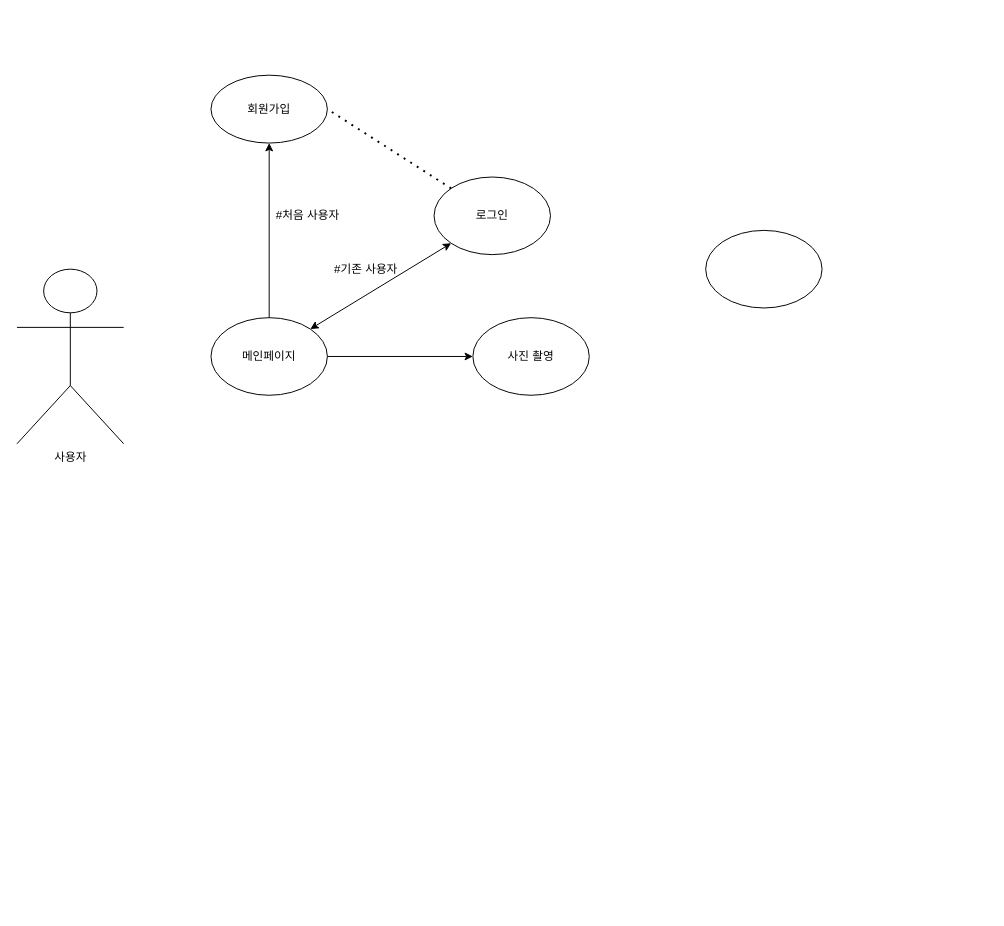
The draw.io diagram 유스케이스.drawio in zzzezzz/JOOSULSA, before the edit. Source tidied: cells renumbered, new cells numbered last; positions are measured from the earlier drawing's top-left corner, leaving out a move shared by most shapes. Both pictures are drawn from the tidied source at 97%, with x=0, y=0 at pixel (16, 75).
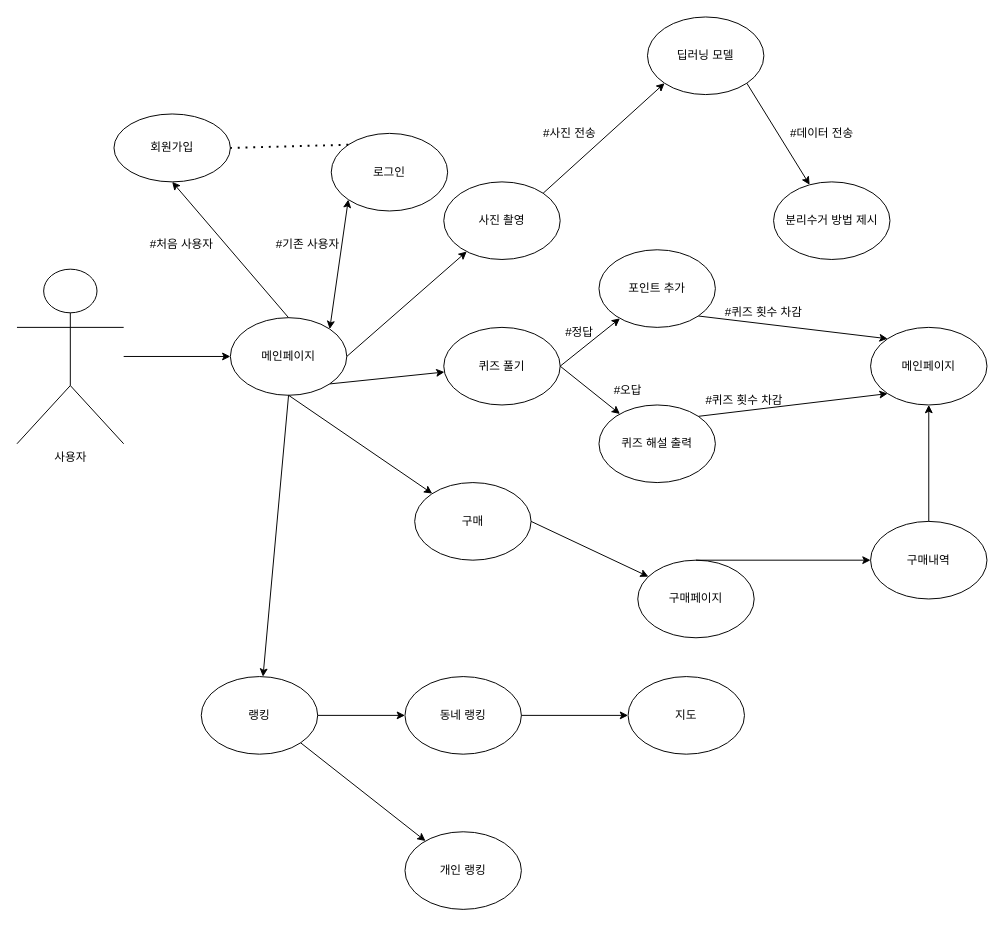
The same diagram, later.

Commit message (it also covers changes not shown here):
Update 유스케이스.drawio

The change refers to these unchanged cells:
```xml
<mxCell id="2" value="사용자" style="shape=umlActor;verticalLabelPosition=bottom;verticalAlign=top;html=1;outlineConnect=0;" parent="1" vertex="1">
  <mxGeometry y="200" width="110" height="180" as="geometry" />
</mxCell>
```

Diff of the diagram source:
```diff
@@
     <mxCell id="3" value="메인페이지" style="ellipse;whiteSpace=wrap;html=1;" parent="1" vertex="1">
-      <mxGeometry x="200" y="250" width="120" height="80" as="geometry" />
+      <mxGeometry x="220" y="250" width="120" height="80" as="geometry" />
     </mxCell>
     <mxCell id="4" value="회원가입" style="ellipse;whiteSpace=wrap;html=1;" parent="1" vertex="1">
-      <mxGeometry x="200" width="120" height="70" as="geometry" />
+      <mxGeometry x="100" y="40" width="120" height="70" as="geometry" />
     </mxCell>
@@
     <mxCell id="6" value="#처음 사용자" style="text;html=1;strokeColor=none;fillColor=none;align=center;verticalAlign=middle;whiteSpace=wrap;rounded=0;" parent="1" vertex="1">
-      <mxGeometry x="260" y="130" width="80" height="30" as="geometry" />
+      <mxGeometry x="130" y="160" width="80" height="30" as="geometry" />
     </mxCell>
     <mxCell id="7" value="로그인" style="ellipse;whiteSpace=wrap;html=1;" parent="1" vertex="1">
-      <mxGeometry x="430" y="105" width="120" height="80" as="geometry" />
+      <mxGeometry x="324" y="60" width="120" height="80" as="geometry" />
     </mxCell>
@@
     <mxCell id="10" value="#기존 사용자" style="text;html=1;strokeColor=none;fillColor=none;align=center;verticalAlign=middle;whiteSpace=wrap;rounded=0;" parent="1" vertex="1">
-      <mxGeometry x="320" y="185" width="80" height="30" as="geometry" />
+      <mxGeometry x="260" y="160" width="80" height="30" as="geometry" />
     </mxCell>
@@
     <mxCell id="12" value="사진 촬영" style="ellipse;whiteSpace=wrap;html=1;" parent="1" vertex="1">
-      <mxGeometry x="470" y="250" width="120" height="80" as="geometry" />
+      <mxGeometry x="440" y="110" width="120" height="80" as="geometry" />
     </mxCell>
-    <mxCell id="13" style="ellipse;whiteSpace=wrap;html=1;" parent="1" vertex="1">
-      <mxGeometry x="710" y="160" width="120" height="80" as="geometry" />
+    <mxCell id="13" value="딥러닝 모델" style="ellipse;whiteSpace=wrap;html=1;" parent="1" vertex="1">
+      <mxGeometry x="650" y="-60" width="120" height="80" as="geometry" />
     </mxCell>
+    <mxCell id="14" style="endArrow=classic;html=1;rounded=0;exitX=1;exitY=0;exitDx=0;exitDy=0;entryX=0;entryY=1;entryDx=0;entryDy=0;" parent="1" edge="1" source="12" target="13">
+      <mxGeometry relative="1" as="geometry" />
+    </mxCell>
+    <mxCell id="15" value="#사진 전송" style="text;html=1;strokeColor=none;fillColor=none;align=center;verticalAlign=middle;whiteSpace=wrap;rounded=0;" parent="1" vertex="1">
+      <mxGeometry x="530" y="45" width="80" height="30" as="geometry" />
+    </mxCell>
+    <mxCell id="16" style="endArrow=classic;html=1;rounded=0;exitX=1;exitY=1;exitDx=0;exitDy=0;" parent="1" edge="1" source="13" target="17">
+      <mxGeometry relative="1" as="geometry" />
+    </mxCell>
+    <mxCell id="17" value="분리수거 방법 제시" style="ellipse;whiteSpace=wrap;html=1;" parent="1" vertex="1">
+      <mxGeometry x="780" y="110" width="120" height="80" as="geometry" />
+    </mxCell>
+    <mxCell id="18" value="#데이터 전송" style="text;html=1;strokeColor=none;fillColor=none;align=center;verticalAlign=middle;whiteSpace=wrap;rounded=0;" parent="1" vertex="1">
+      <mxGeometry x="790" y="45" width="80" height="30" as="geometry" />
+    </mxCell>
+    <mxCell id="19" style="endArrow=classic;html=1;rounded=0;exitX=1;exitY=1;exitDx=0;exitDy=0;" parent="1" edge="1" source="3" target="20">
+      <mxGeometry relative="1" as="geometry" />
+    </mxCell>
+    <mxCell id="20" value="퀴즈 풀기" style="ellipse;whiteSpace=wrap;html=1;" parent="1" vertex="1">
+      <mxGeometry x="440" y="260" width="120" height="80" as="geometry" />
+    </mxCell>
+    <mxCell id="21" style="endArrow=classic;html=1;rounded=0;exitX=1;exitY=0.5;exitDx=0;exitDy=0;" parent="1" edge="1" source="20" target="22">
+      <mxGeometry relative="1" as="geometry" />
+    </mxCell>
+    <mxCell id="22" value="포인트 추가" style="ellipse;whiteSpace=wrap;html=1;" parent="1" vertex="1">
+      <mxGeometry x="600" y="180" width="120" height="80" as="geometry" />
+    </mxCell>
+    <mxCell id="23" style="endArrow=classic;html=1;rounded=0;exitX=1;exitY=0.5;exitDx=0;exitDy=0;" parent="1" edge="1" source="20" target="24">
+      <mxGeometry relative="1" as="geometry" />
+    </mxCell>
+    <mxCell id="24" value="퀴즈 해설 출력" style="ellipse;whiteSpace=wrap;html=1;" parent="1" vertex="1">
+      <mxGeometry x="600" y="340" width="120" height="80" as="geometry" />
+    </mxCell>
+    <mxCell id="25" value="#오답" style="text;html=1;strokeColor=none;fillColor=none;align=center;verticalAlign=middle;whiteSpace=wrap;rounded=0;" parent="1" vertex="1">
+      <mxGeometry x="590" y="310" width="80" height="30" as="geometry" />
+    </mxCell>
+    <mxCell id="26" value="#정답" style="text;html=1;strokeColor=none;fillColor=none;align=center;verticalAlign=middle;whiteSpace=wrap;rounded=0;" parent="1" vertex="1">
+      <mxGeometry x="540" y="250" width="80" height="30" as="geometry" />
+    </mxCell>
+    <mxCell id="27" style="endArrow=classic;html=1;rounded=0;exitX=1;exitY=0;exitDx=0;exitDy=0;entryX=0;entryY=1;entryDx=0;entryDy=0;" parent="1" edge="1" source="24" target="28">
+      <mxGeometry relative="1" as="geometry" />
+    </mxCell>
+    <mxCell id="28" value="메인페이지" style="ellipse;whiteSpace=wrap;html=1;" parent="1" vertex="1">
+      <mxGeometry x="880" y="260" width="120" height="80" as="geometry" />
+    </mxCell>
+    <mxCell id="29" style="endArrow=classic;html=1;rounded=0;exitX=1;exitY=1;exitDx=0;exitDy=0;entryX=0;entryY=0;entryDx=0;entryDy=0;" parent="1" edge="1" source="22" target="28">
+      <mxGeometry relative="1" as="geometry" />
+    </mxCell>
+    <mxCell id="30" value="#퀴즈 횟수 차감" style="text;html=1;strokeColor=none;fillColor=none;align=center;verticalAlign=middle;whiteSpace=wrap;rounded=0;" parent="1" vertex="1">
+      <mxGeometry x="720" y="230" width="100" height="30" as="geometry" />
+    </mxCell>
+    <mxCell id="31" value="#퀴즈 횟수 차감" style="text;html=1;strokeColor=none;fillColor=none;align=center;verticalAlign=middle;whiteSpace=wrap;rounded=0;" parent="1" vertex="1">
+      <mxGeometry x="700" y="320" width="100" height="30" as="geometry" />
+    </mxCell>
+    <mxCell id="32" style="endArrow=classic;html=1;rounded=0;exitX=0.5;exitY=1;exitDx=0;exitDy=0;" parent="1" edge="1" source="3" target="33">
+      <mxGeometry relative="1" as="geometry" />
+    </mxCell>
+    <mxCell id="33" value="랭킹" style="ellipse;whiteSpace=wrap;html=1;" parent="1" vertex="1">
+      <mxGeometry x="190" y="620" width="120" height="80" as="geometry" />
+    </mxCell>
+    <mxCell id="34" style="endArrow=classic;html=1;rounded=0;exitX=1;exitY=0.5;exitDx=0;exitDy=0;" parent="1" edge="1" source="33" target="35">
+      <mxGeometry relative="1" as="geometry" />
+    </mxCell>
+    <mxCell id="35" value="동네 랭킹" style="ellipse;whiteSpace=wrap;html=1;" parent="1" vertex="1">
+      <mxGeometry x="400" y="620" width="120" height="80" as="geometry" />
+    </mxCell>
+    <mxCell id="36" style="endArrow=classic;html=1;rounded=0;exitX=1;exitY=1;exitDx=0;exitDy=0;" parent="1" edge="1" source="33" target="37">
+      <mxGeometry relative="1" as="geometry" />
+    </mxCell>
+    <mxCell id="37" value="개인 랭킹" style="ellipse;whiteSpace=wrap;html=1;" parent="1" vertex="1">
+      <mxGeometry x="400" y="780" width="120" height="80" as="geometry" />
+    </mxCell>
+    <mxCell id="38" style="endArrow=classic;html=1;rounded=0;exitX=1;exitY=0.5;exitDx=0;exitDy=0;" parent="1" edge="1" source="35" target="39">
+      <mxGeometry relative="1" as="geometry" />
+    </mxCell>
+    <mxCell id="39" value="지도" style="ellipse;whiteSpace=wrap;html=1;" parent="1" vertex="1">
+      <mxGeometry x="630" y="620" width="120" height="80" as="geometry" />
+    </mxCell>
+    <mxCell id="40" style="endArrow=classic;html=1;rounded=0;exitX=0.5;exitY=1;exitDx=0;exitDy=0;" parent="1" edge="1" source="3" target="41">
+      <mxGeometry relative="1" as="geometry" />
+    </mxCell>
+    <mxCell id="41" value="구매" style="ellipse;whiteSpace=wrap;html=1;" parent="1" vertex="1">
+      <mxGeometry x="410" y="420" width="120" height="80" as="geometry" />
+    </mxCell>
+    <mxCell id="42" style="endArrow=classic;html=1;rounded=0;exitX=1;exitY=0.5;exitDx=0;exitDy=0;" parent="1" edge="1" source="41" target="43">
+      <mxGeometry relative="1" as="geometry" />
+    </mxCell>
+    <mxCell id="43" value="구매페이지" style="ellipse;whiteSpace=wrap;html=1;" parent="1" vertex="1">
+      <mxGeometry x="640" y="500" width="120" height="80" as="geometry" />
+    </mxCell>
+    <mxCell id="44" style="endArrow=classic;html=1;rounded=0;exitX=0.5;exitY=0;exitDx=0;exitDy=0;" parent="1" edge="1" source="43" target="45">
+      <mxGeometry relative="1" as="geometry" />
+    </mxCell>
+    <mxCell id="45" value="구매내역" style="ellipse;whiteSpace=wrap;html=1;" parent="1" vertex="1">
+      <mxGeometry x="880" y="460" width="120" height="80" as="geometry" />
+    </mxCell>
+    <mxCell id="46" style="endArrow=classic;html=1;rounded=0;exitX=0.5;exitY=0;exitDx=0;exitDy=0;entryX=0.5;entryY=1;entryDx=0;entryDy=0;" parent="1" edge="1" source="45" target="28">
+      <mxGeometry relative="1" as="geometry" />
+    </mxCell>
+    <mxCell id="47" style="endArrow=classic;html=1;rounded=0;entryX=0;entryY=0.5;entryDx=0;entryDy=0;" parent="1" edge="1" source="2" target="3">
+      <mxGeometry relative="1" as="geometry" />
+    </mxCell>
```
